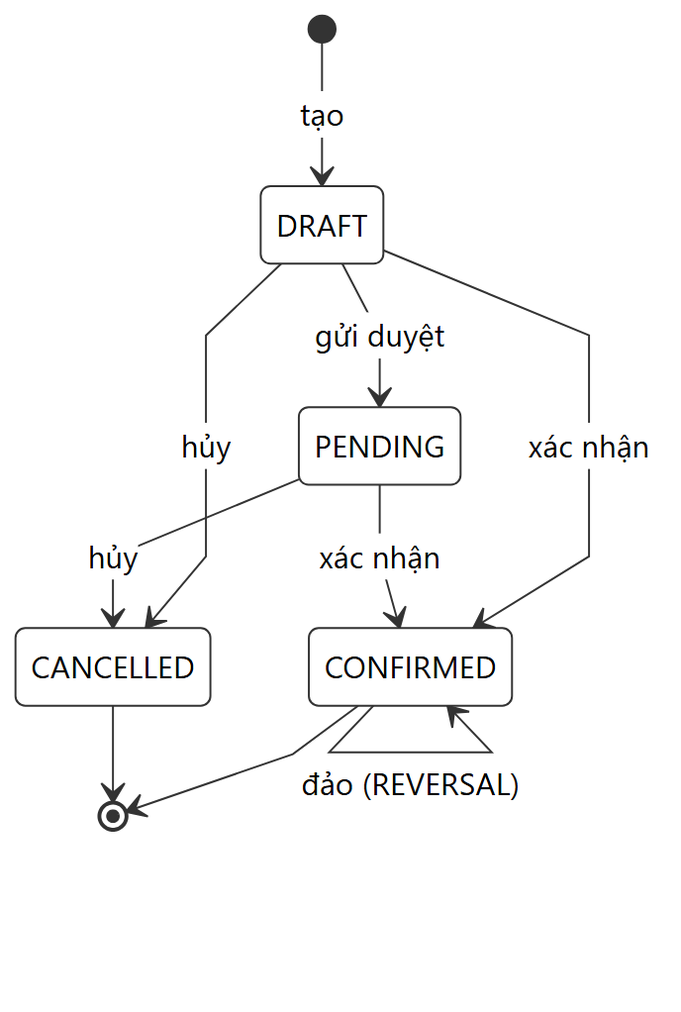
This is docs/diagrams/32_3-3-3_chuc-nang-chuyen-kho-stock-transfer_state.png from nguyenthihongnhu-dotcom/luanvan2026, a Mermaid export, as it was before one commit. Its source is kept beside it as docs/diagrams/32_3-3-3_chuc-nang-chuyen-kho-stock-transfer_state.mmd. Source of this version:
```mermaid
stateDiagram-v2
    [*] --> DRAFT: tạo
    DRAFT --> PENDING: gửi duyệt
    DRAFT --> CONFIRMED: xác nhận
    PENDING --> CONFIRMED: xác nhận
    DRAFT --> CANCELLED: hủy
    PENDING --> CANCELLED: hủy
    CONFIRMED --> CONFIRMED: đảo (REVERSAL)
    CONFIRMED --> [*]
    CANCELLED --> [*]
```
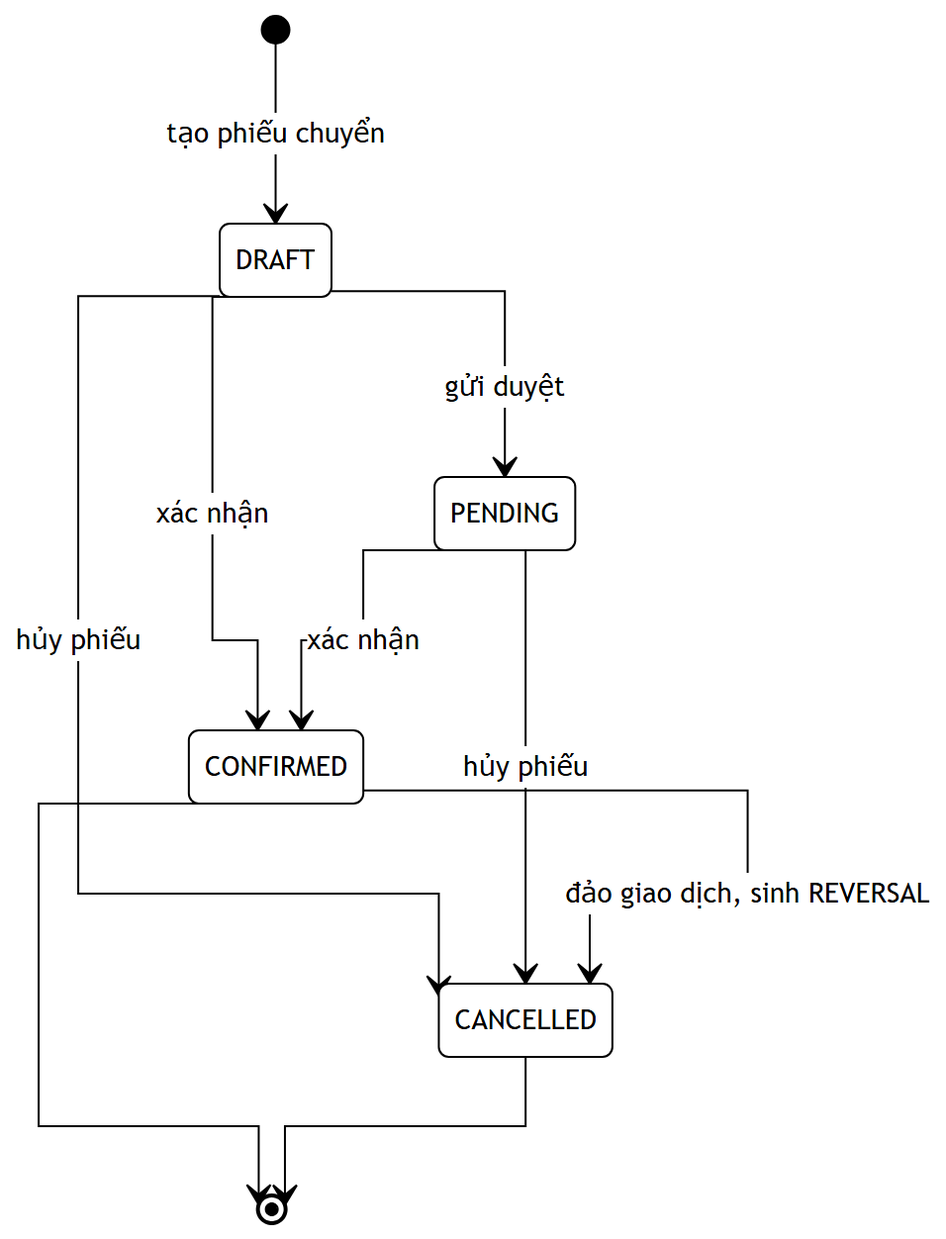
Above is the later version.

Diff of the diagram source:
```diff
@@ -1,10 +1,35 @@
+%%{init: {
+  'theme': 'base',
+  'themeVariables': {
+    'primaryColor': '#ffffff',
+    'primaryBorderColor': '#000000',
+    'primaryTextColor': '#000000',
+    'secondaryColor': '#ffffff',
+    'secondaryBorderColor': '#000000',
+    'secondaryTextColor': '#000000',
+    'tertiaryColor': '#ffffff',
+    'tertiaryBorderColor': '#000000',
+    'tertiaryTextColor': '#000000',
+    'lineColor': '#000000',
+    'textColor': '#000000',
+    'mainBkg': '#ffffff',
+    'nodeBorder': '#000000',
+    'clusterBkg': '#ffffff',
+    'clusterBorder': '#000000',
+    'edgeLabelBackground': '#ffffff',
+    'fontSize': '14px',
+    'labelBackgroundColor': '#ffffff'
+  },
+  'flowchart': { 'curve': 'stepAfter', 'nodeSpacing': 60, 'rankSpacing': 70, 'padding': 12 },
+  'state': { 'padding': 12, 'useMaxWidth': false }
+}}%%
 stateDiagram-v2
-    [*] --> DRAFT: tạo
+    [*] --> DRAFT: tạo phiếu chuyển
     DRAFT --> PENDING: gửi duyệt
     DRAFT --> CONFIRMED: xác nhận
+    DRAFT --> CANCELLED: hủy phiếu
     PENDING --> CONFIRMED: xác nhận
-    DRAFT --> CANCELLED: hủy
-    PENDING --> CANCELLED: hủy
-    CONFIRMED --> CONFIRMED: đảo (REVERSAL)
+    PENDING --> CANCELLED: hủy phiếu
+    CONFIRMED --> CANCELLED: đảo giao dịch, sinh REVERSAL
     CONFIRMED --> [*]
     CANCELLED --> [*]
```
